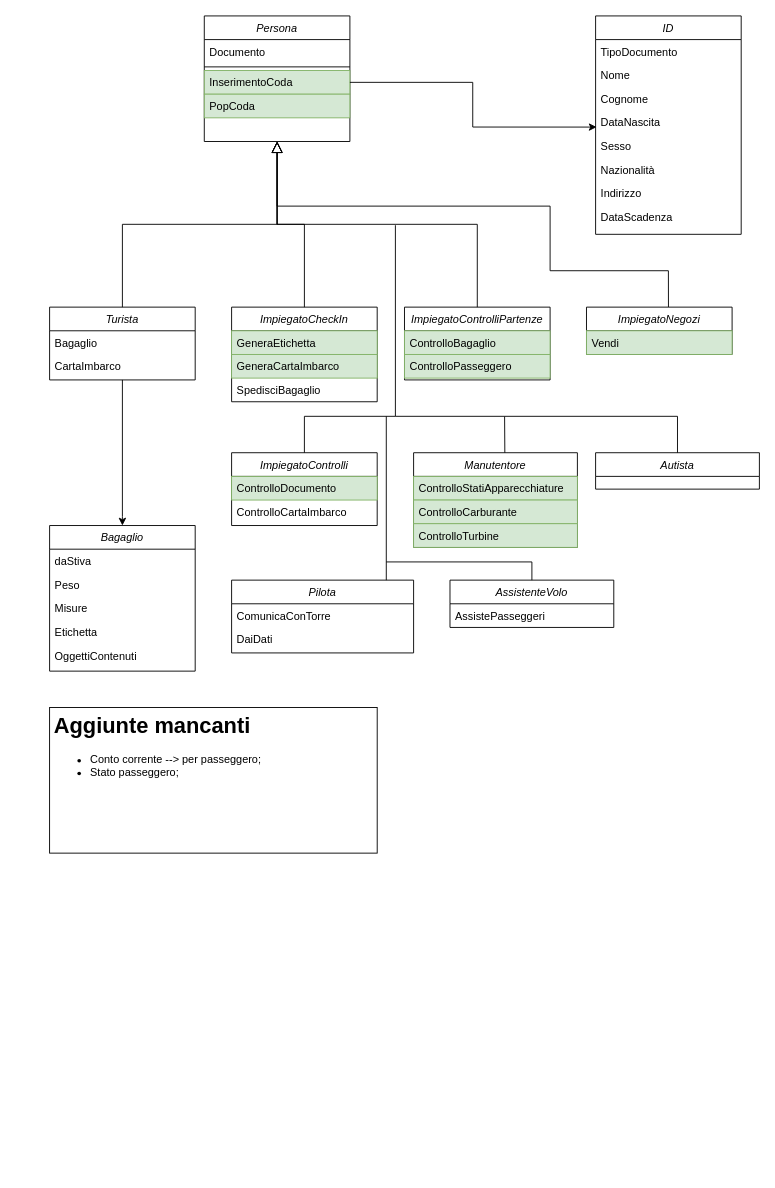
Above: src/Persona/DiagrammaClassiIndicazioni/DiagrammaClassi.drawio in Barsanti5BI/flight-simulator (draw.io), before the change. Source tidied: cells renumbered, new cells numbered last; positions are measured from the earlier drawing's top-left corner, leaving out a move shared by most shapes. Both pictures are drawn from the tidied source at 91%, with x=0, y=0 at pixel (49, 15).
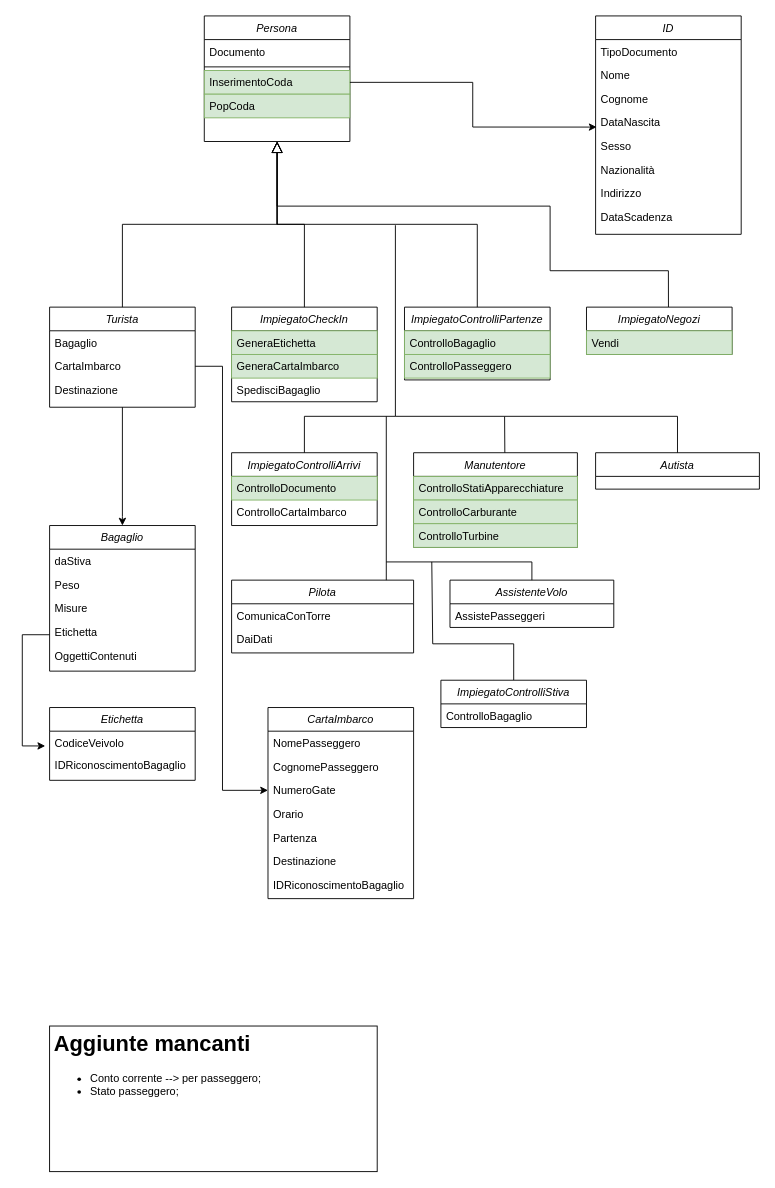
The same page after the edit.

Commit message (it also covers changes not shown here):
Sistemazione diagramma classi

The change refers to these unchanged cells:
```xml
<mxCell id="9" value="CartaImbarco" style="text;align=left;verticalAlign=top;spacingLeft=4;spacingRight=4;overflow=hidden;points=[[0,0.5],[1,0.5]];portConstraint=eastwest;rounded=0;shadow=0;html=0;" parent="7" vertex="1">
  <mxGeometry y="52" width="160" height="26" as="geometry" />
</mxCell>
<mxCell id="26" value="Bagaglio" style="swimlane;fontStyle=2;align=center;verticalAlign=top;horizontal=1;startSize=26;rounded=0;shadow=0;strokeWidth=1;" parent="1" vertex="1">
  <mxGeometry y="560" width="160" height="160" as="geometry" />
</mxCell>
```

The edit, as a diff of the source:
```diff
@@
     <mxCell id="7" value="Turista" style="swimlane;fontStyle=2;align=center;verticalAlign=top;horizontal=1;startSize=26;rounded=0;shadow=0;strokeWidth=1;" parent="1" vertex="1">
-      <mxGeometry y="320" width="160" height="80" as="geometry" />
+      <mxGeometry y="320" width="160" height="110" as="geometry" />
     </mxCell>
@@
+    <mxCell id="67" value="Destinazione" style="text;align=left;verticalAlign=top;spacingLeft=4;spacingRight=4;overflow=hidden;rounded=0;shadow=0;html=0;" parent="7" vertex="1">
+      <mxGeometry y="78" width="160" height="26" as="geometry" />
+    </mxCell>
@@
+    <mxCell id="68" style="edgeStyle=orthogonalEdgeStyle;rounded=0;jettySize=auto;html=1;exitX=0;exitY=0.75;exitDx=0;exitDy=0;entryX=-0.03;entryY=0.676;entryDx=0;entryDy=0;entryPerimeter=0;" parent="1" edge="1" source="26" target="80">
+      <mxGeometry relative="1" as="geometry">
+        <Array as="points">
+          <mxPoint x="-30" y="680" />
+          <mxPoint x="-30" y="802" />
+        </Array>
+      </mxGeometry>
+    </mxCell>
@@
-    <mxCell id="43" value="ImpiegatoControlli" style="swimlane;fontStyle=2;align=center;verticalAlign=top;horizontal=1;startSize=26;rounded=0;shadow=0;strokeWidth=1;" parent="1" vertex="1">
+    <mxCell id="43" value="ImpiegatoControlliArrivi" style="swimlane;fontStyle=2;align=center;verticalAlign=top;horizontal=1;startSize=26;rounded=0;shadow=0;strokeWidth=1;" parent="1" vertex="1">
       <mxGeometry x="200" y="480" width="160" height="80" as="geometry" />
     </mxCell>
@@
-    <mxCell id="55" style="rounded=0;whiteSpace=wrap;html=1;" parent="1" vertex="1">
-      <mxGeometry y="760" width="360" height="160" as="geometry" />
-    </mxCell>
-    <mxCell id="56" value="&lt;h1&gt;Aggiunte mancanti&lt;/h1&gt;&lt;div&gt;&lt;ul&gt;&lt;li&gt;Conto corrente --&amp;gt; per passeggero;&lt;/li&gt;&lt;li&gt;Stato passeggero;&lt;/li&gt;&lt;/ul&gt;&lt;/div&gt;" style="text;html=1;strokeColor=none;fillColor=none;spacing=5;spacingTop=-20;whiteSpace=wrap;overflow=hidden;rounded=0;" parent="1" vertex="1">
-      <mxGeometry y="760" width="360" height="160" as="geometry" />
-    </mxCell>
@@
+    <mxCell id="69" value="CartaImbarco" style="swimlane;fontStyle=2;align=center;verticalAlign=top;horizontal=1;startSize=26;rounded=0;shadow=0;strokeWidth=1;" parent="1" vertex="1">
+      <mxGeometry x="240" y="760" width="160" height="210" as="geometry" />
+    </mxCell>
+    <mxCell id="70" value="NomePasseggero" style="text;align=left;verticalAlign=top;spacingLeft=4;spacingRight=4;overflow=hidden;" parent="69" vertex="1">
+      <mxGeometry y="26" width="160" height="26" as="geometry" />
+    </mxCell>
+    <mxCell id="71" value="CognomePasseggero" style="text;align=left;verticalAlign=top;spacingLeft=4;spacingRight=4;overflow=hidden;" parent="69" vertex="1">
+      <mxGeometry y="52" width="160" height="26" as="geometry" />
+    </mxCell>
+    <mxCell id="72" value="NumeroGate" style="text;align=left;verticalAlign=top;spacingLeft=4;spacingRight=4;overflow=hidden;points=[[0,0.5],[1,0.5]];portConstraint=eastwest;" parent="69" vertex="1">
+      <mxGeometry y="78" width="160" height="26" as="geometry" />
+    </mxCell>
+    <mxCell id="73" value="Orario" style="text;align=left;verticalAlign=top;spacingLeft=4;spacingRight=4;overflow=hidden;" parent="69" vertex="1">
+      <mxGeometry y="104" width="160" height="26" as="geometry" />
+    </mxCell>
+    <mxCell id="74" value="Partenza" style="text;align=left;verticalAlign=top;spacingLeft=4;spacingRight=4;overflow=hidden;" parent="69" vertex="1">
+      <mxGeometry y="130" width="160" height="26" as="geometry" />
+    </mxCell>
+    <mxCell id="75" value="Destinazione" style="text;align=left;verticalAlign=top;spacingLeft=4;spacingRight=4;overflow=hidden;" parent="69" vertex="1">
+      <mxGeometry y="156" width="160" height="26" as="geometry" />
+    </mxCell>
+    <mxCell id="76" value="IDRiconoscimentoBagaglio" style="text;align=left;verticalAlign=top;spacingLeft=4;spacingRight=4;overflow=hidden;" parent="69" vertex="1">
+      <mxGeometry y="182" width="160" height="26" as="geometry" />
+    </mxCell>
+    <mxCell id="77" style="group;" parent="1" vertex="1">
+      <mxGeometry y="1110" width="360" height="160" as="geometry" />
+    </mxCell>
+    <mxCell id="55" style="rounded=0;whiteSpace=wrap;html=1;" parent="77" vertex="1">
+      <mxGeometry width="360" height="160" as="geometry" />
+    </mxCell>
+    <mxCell id="56" value="&lt;h1&gt;Aggiunte mancanti&lt;/h1&gt;&lt;div&gt;&lt;ul&gt;&lt;li&gt;Conto corrente --&amp;gt; per passeggero;&lt;/li&gt;&lt;li&gt;Stato passeggero;&lt;/li&gt;&lt;/ul&gt;&lt;/div&gt;" style="text;html=1;strokeColor=none;fillColor=none;spacing=5;spacingTop=-20;whiteSpace=wrap;overflow=hidden;rounded=0;" parent="77" vertex="1">
+      <mxGeometry width="360" height="160" as="geometry" />
+    </mxCell>
+    <mxCell id="78" style="edgeStyle=orthogonalEdgeStyle;rounded=0;jettySize=auto;html=1;entryX=0;entryY=0.5;entryDx=0;entryDy=0;" parent="1" edge="1" source="9" target="72">
+      <mxGeometry relative="1" as="geometry">
+        <Array as="points">
+          <mxPoint x="190" y="385" />
+          <mxPoint x="190" y="851" />
+        </Array>
+      </mxGeometry>
+    </mxCell>
+    <mxCell id="79" value="Etichetta" style="swimlane;fontStyle=2;align=center;verticalAlign=top;horizontal=1;startSize=26;rounded=0;shadow=0;strokeWidth=1;" parent="1" vertex="1">
+      <mxGeometry y="760" width="160" height="80" as="geometry" />
+    </mxCell>
+    <mxCell id="80" value="CodiceVeivolo" style="text;align=left;verticalAlign=top;spacingLeft=4;spacingRight=4;overflow=hidden;points=[[0,0.5],[1,0.5]];portConstraint=eastwest;" parent="79" vertex="1">
+      <mxGeometry y="26" width="160" height="24" as="geometry" />
+    </mxCell>
+    <mxCell id="81" value="IDRiconoscimentoBagaglio" style="text;align=left;verticalAlign=top;spacingLeft=4;spacingRight=4;overflow=hidden;" parent="79" vertex="1">
+      <mxGeometry y="50" width="160" height="24" as="geometry" />
+    </mxCell>
+    <mxCell id="82" style="rounded=0;jettySize=auto;html=1;exitX=0.5;exitY=0;exitDx=0;exitDy=0;edgeStyle=orthogonalEdgeStyle;endArrow=none;" parent="1" edge="1" source="83">
+      <mxGeometry relative="1" as="geometry">
+        <mxPoint x="420" y="600" as="targetPoint" />
+        <Array as="points">
+          <mxPoint x="510" y="690" />
+          <mxPoint x="421" y="690" />
+          <mxPoint x="421" y="600" />
+        </Array>
+      </mxGeometry>
+    </mxCell>
+    <mxCell id="83" value="ImpiegatoControlliStiva" style="swimlane;fontStyle=2;align=center;verticalAlign=top;horizontal=1;startSize=26;rounded=0;shadow=0;strokeWidth=1;" parent="1" vertex="1">
+      <mxGeometry x="430" y="730" width="160" height="52" as="geometry" />
+    </mxCell>
+    <mxCell id="84" value="ControlloBagaglio" style="text;align=left;verticalAlign=top;spacingLeft=4;spacingRight=4;overflow=hidden;" parent="83" vertex="1">
+      <mxGeometry y="26" width="160" height="26" as="geometry" />
+    </mxCell>
```
